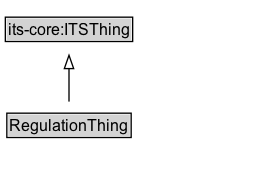
Earlier version of the Graphviz export docs/diagrams/RegulationThing.dot.png (k-vaughn/ontology-its-regulation). Its source is kept beside it as docs/diagrams/RegulationThing.dot.
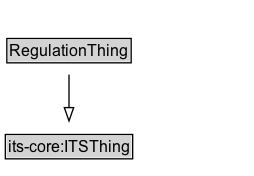
The same file after the commit.

Change to the diagram source:
```diff
@@ -2,14 +2,14 @@
 	graph [overlap=false rankdir=TB splines=true]
 	node [fontname=Arial fontsize=12 margin=0 shape=none]
 	edge [fontname=Arial fontsize=11]
+	RegulationThing [label=<<TABLE BORDER="1" CELLBORDER="0" CELLSPACING="0" CELLPADDING="1"><TR><TD BGCOLOR="lightgray" ALIGN="CENTER">RegulationThing</TD></TR></TABLE>> URL="../RegulationThing" margin=0]
 	{
 		rank=max
-		RegulationThing [label=<<TABLE BORDER="1" CELLBORDER="0" CELLSPACING="0" CELLPADDING="1"><TR><TD BGCOLOR="lightgray" ALIGN="CENTER" PORT="e">RegulationThing</TD></TR></TABLE>> URL="../RegulationThing.md" margin=0]
 	}
 	subgraph cluster_associated {
 		label="" style=invis
 		Invis [label=<<TABLE BORDER="0" CELLBORDER="0" CELLSPACING="0" CELLPADDING="1"><TR><TD></TD></TR></TABLE>> margin=0 style=invis]
 	}
-	"its-core_ITSThing" [label=<<TABLE BORDER="1" CELLBORDER="0" CELLSPACING="0" CELLPADDING="1"><TR><TD BGCOLOR="lightgray" ALIGN="CENTER">its-core:ITSThing</TD></TR></TABLE>> margin=0]
+	"its-core_ITSThing" [label=<<TABLE BORDER="1" CELLBORDER="0" CELLSPACING="0" CELLPADDING="1"><TR><TD BGCOLOR="lightgray" ALIGN="CENTER">its-core:ITSThing</TD></TR></TABLE>> URL="https://w3id.org/itsdata/core/v1/ITSThing" margin=0]
 	RegulationThing -> "its-core_ITSThing" [arrowhead=onormal style=solid]
 }
```
